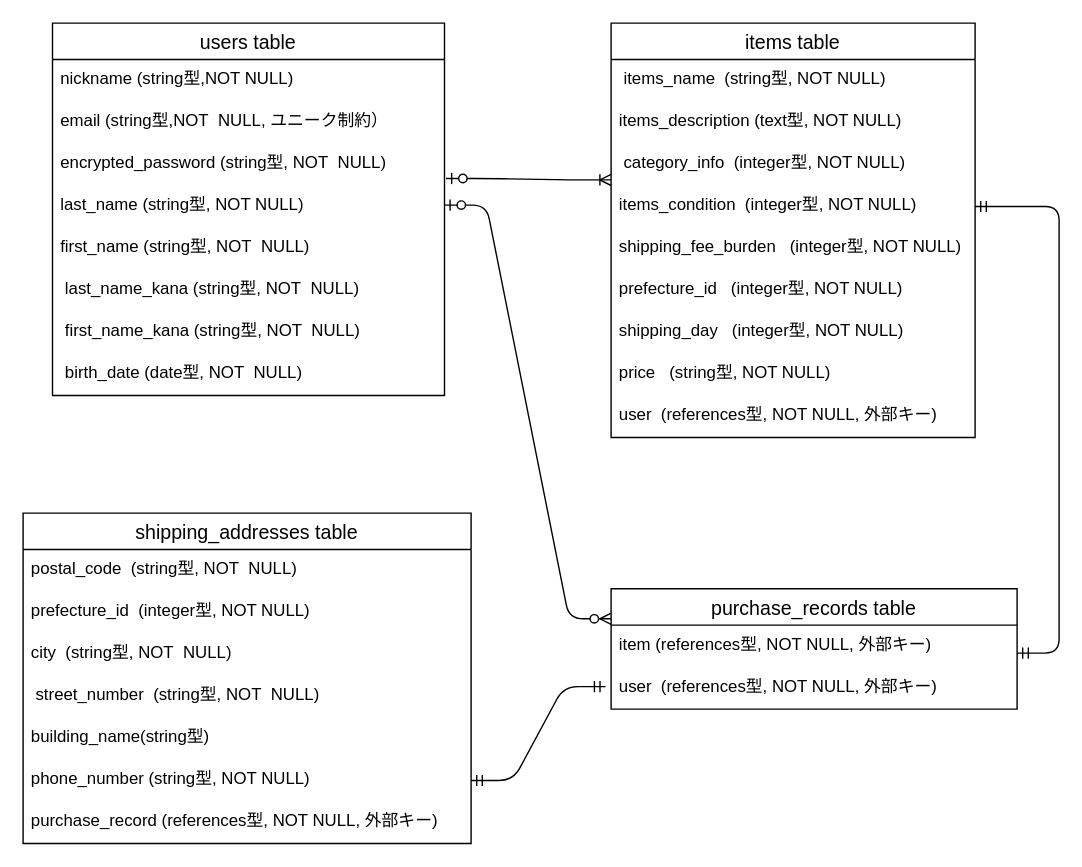
eat-rice-crackers/furima-40436 keeps this draw.io diagram as test.dio. Above is the earlier version. Source tidied: cells renumbered, new cells numbered last; positions are measured from the earlier drawing's top-left corner, leaving out a move shared by most shapes. Both pictures are drawn from the tidied source at 140%, with x=0, y=0 at pixel (22, 22).
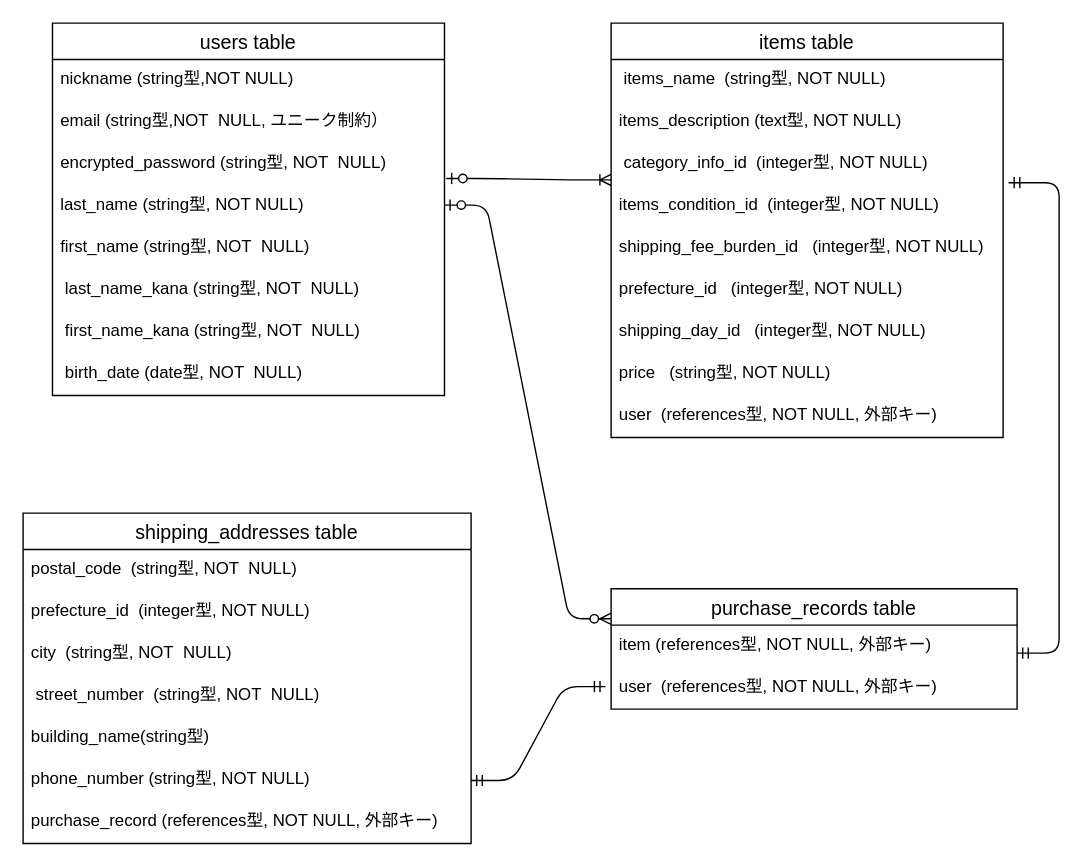
The same page after the edit.

What changed in the source:
```diff
@@
     <mxCell id="11" value="items table" style="swimlane;fontStyle=0;horizontal=1;startSize=26;align=center;fontSize=14;" parent="1" vertex="1">
-      <mxGeometry x="420" width="260" height="296" as="geometry" />
+      <mxGeometry x="420" width="280" height="296" as="geometry" />
     </mxCell>
     <mxCell id="12" value=" items_name  (string型, NOT NULL)" style="text;strokeColor=none;fillColor=none;spacingLeft=4;spacingRight=4;overflow=hidden;fontSize=12;" parent="11" vertex="1">
-      <mxGeometry y="26" width="260" height="30" as="geometry" />
+      <mxGeometry y="26" width="280" height="30" as="geometry" />
     </mxCell>
     <mxCell id="13" value="items_description (text型, NOT NULL)" style="text;strokeColor=none;fillColor=none;spacingLeft=4;spacingRight=4;overflow=hidden;fontSize=12;" parent="11" vertex="1">
-      <mxGeometry y="56" width="260" height="30" as="geometry" />
+      <mxGeometry y="56" width="280" height="30" as="geometry" />
     </mxCell>
-    <mxCell id="14" value=" category_info  (integer型, NOT NULL)" style="text;strokeColor=none;fillColor=none;spacingLeft=4;spacingRight=4;overflow=hidden;fontSize=12;" parent="11" vertex="1">
-      <mxGeometry y="86" width="260" height="30" as="geometry" />
+    <mxCell id="14" value=" category_info_id  (integer型, NOT NULL)" style="text;strokeColor=none;fillColor=none;spacingLeft=4;spacingRight=4;overflow=hidden;fontSize=12;" parent="11" vertex="1">
+      <mxGeometry y="86" width="280" height="30" as="geometry" />
     </mxCell>
-    <mxCell id="15" value="items_condition  (integer型, NOT NULL)" style="text;strokeColor=none;fillColor=none;spacingLeft=4;spacingRight=4;overflow=hidden;points=[[0,0.5],[1,0.5]];portConstraint=eastwest;fontSize=12;" parent="11" vertex="1">
-      <mxGeometry y="116" width="260" height="30" as="geometry" />
+    <mxCell id="15" value="items_condition_id  (integer型, NOT NULL)" style="text;strokeColor=none;fillColor=none;spacingLeft=4;spacingRight=4;overflow=hidden;points=[[0,0.5],[1,0.5]];portConstraint=eastwest;fontSize=12;" parent="11" vertex="1">
+      <mxGeometry y="116" width="280" height="30" as="geometry" />
     </mxCell>
-    <mxCell id="16" value="shipping_fee_burden   (integer型, NOT NULL)" style="text;strokeColor=none;fillColor=none;spacingLeft=4;spacingRight=4;overflow=hidden;fontSize=12;" parent="11" vertex="1">
-      <mxGeometry y="146" width="260" height="30" as="geometry" />
+    <mxCell id="16" value="shipping_fee_burden_id   (integer型, NOT NULL)" style="text;strokeColor=none;fillColor=none;spacingLeft=4;spacingRight=4;overflow=hidden;fontSize=12;" parent="11" vertex="1">
+      <mxGeometry y="146" width="280" height="30" as="geometry" />
     </mxCell>
     <mxCell id="17" value="prefecture_id   (integer型, NOT NULL)" style="text;strokeColor=none;fillColor=none;spacingLeft=4;spacingRight=4;overflow=hidden;fontSize=12;" parent="11" vertex="1">
-      <mxGeometry y="176" width="260" height="30" as="geometry" />
+      <mxGeometry y="176" width="280" height="30" as="geometry" />
     </mxCell>
-    <mxCell id="18" value="shipping_day   (integer型, NOT NULL)" style="text;strokeColor=none;fillColor=none;spacingLeft=4;spacingRight=4;overflow=hidden;fontSize=12;" parent="11" vertex="1">
-      <mxGeometry y="206" width="260" height="30" as="geometry" />
+    <mxCell id="18" value="shipping_day_id   (integer型, NOT NULL)" style="text;strokeColor=none;fillColor=none;spacingLeft=4;spacingRight=4;overflow=hidden;fontSize=12;" parent="11" vertex="1">
+      <mxGeometry y="206" width="280" height="30" as="geometry" />
     </mxCell>
     <mxCell id="19" value="price   (string型, NOT NULL)" style="text;strokeColor=none;fillColor=none;spacingLeft=4;spacingRight=4;overflow=hidden;fontSize=12;" parent="11" vertex="1">
-      <mxGeometry y="236" width="260" height="30" as="geometry" />
+      <mxGeometry y="236" width="280" height="30" as="geometry" />
     </mxCell>
     <mxCell id="20" value="user  (references型, NOT NULL, 外部キー)" style="text;strokeColor=none;fillColor=none;spacingLeft=4;spacingRight=4;overflow=hidden;fontSize=12;" parent="11" vertex="1">
-      <mxGeometry y="266" width="260" height="30" as="geometry" />
+      <mxGeometry y="266" width="280" height="30" as="geometry" />
     </mxCell>
@@
-    <mxCell id="32" style="edgeStyle=entityRelationEdgeStyle;fontSize=12;html=1;endArrow=ERmandOne;startArrow=ERmandOne;entryX=1;entryY=0.5;entryDx=0;entryDy=0;" parent="1" edge="1" target="15">
+    <mxCell id="32" style="edgeStyle=entityRelationEdgeStyle;fontSize=12;html=1;endArrow=ERmandOne;startArrow=ERmandOne;entryX=1.014;entryY=-0.067;entryDx=0;entryDy=0;entryPerimeter=0;" parent="1" edge="1" target="15">
       <mxGeometry relative="1" as="geometry">
         <mxPoint x="710" y="450" as="sourcePoint" />
       </mxGeometry>
     </mxCell>
```
